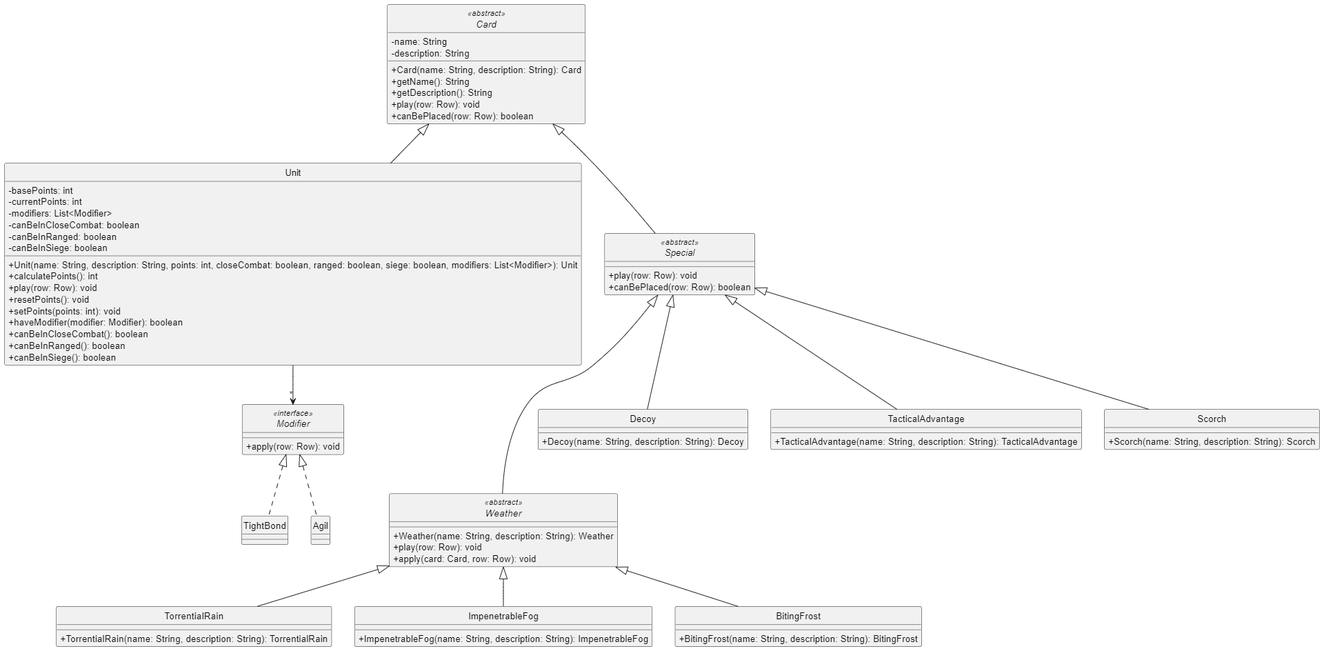
Earlier version of the PlantUML export diagrams/classes/cards.png (Yonhir/algo3_proyecto_base_tp2). Its source is kept beside it as diagrams/classes/cards.plantuml.
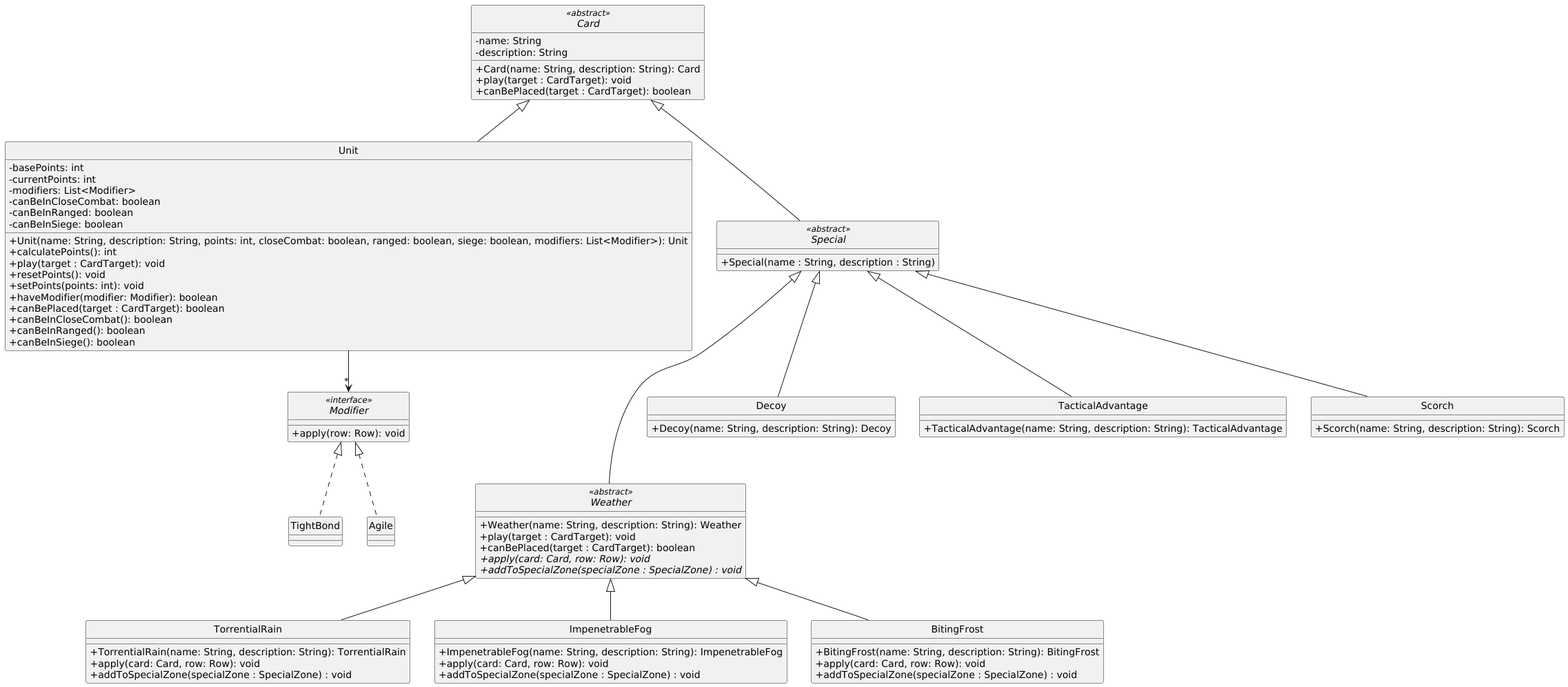
Above is the later version.

Diff of the diagram source:
```diff
@@ -9,10 +9,8 @@
   -name: String
   -description: String
   +Card(name: String, description: String): Card
-  +getName(): String
-  +getDescription(): String
-  +play(row: Row): void
-  +canBePlaced(row: Row): boolean
+  +play(target : CardTarget): void
+  +canBePlaced(target : CardTarget): boolean
 }
 
 class Unit {
@@ -24,36 +22,44 @@
   -canBeInSiege: boolean
   +Unit(name: String, description: String, points: int, closeCombat: boolean, ranged: boolean, siege: boolean, modifiers: List<Modifier>): Unit
   +calculatePoints(): int
-  +play(row: Row): void
+  +play(target : CardTarget): void
   +resetPoints(): void
   +setPoints(points: int): void
   +haveModifier(modifier: Modifier): boolean
+  +canBePlaced(target : CardTarget): boolean
   +canBeInCloseCombat(): boolean
   +canBeInRanged(): boolean
   +canBeInSiege(): boolean
 }
 
 abstract class Special <<abstract>> {
-  +play(row: Row): void
-  +canBePlaced(row: Row): boolean
+  +Special(name : String, description : String)
 }
 
 abstract class Weather <<abstract>> {
   +Weather(name: String, description: String): Weather
-  +play(row: Row): void
-  +apply(card: Card, row: Row): void
+  +play(target : CardTarget): void
+  +canBePlaced(target : CardTarget): boolean
+  +{abstract}apply(card: Card, row: Row): void
+  +{abstract}addToSpecialZone(specialZone : SpecialZone) : void
 }
 
 class TorrentialRain {
   +TorrentialRain(name: String, description: String): TorrentialRain
+  +apply(card: Card, row: Row): void
+  +addToSpecialZone(specialZone : SpecialZone) : void
 }
 
 class ImpenetrableFog {
   +ImpenetrableFog(name: String, description: String): ImpenetrableFog
+  +apply(card: Card, row: Row): void
+  +addToSpecialZone(specialZone : SpecialZone) : void
 }
 
 class BitingFrost {
   +BitingFrost(name: String, description: String): BitingFrost
+  +apply(card: Card, row: Row): void
+  +addToSpecialZone(specialZone : SpecialZone) : void
 }
 
 class Decoy {
@@ -75,7 +81,7 @@
 class TightBond {
 }
 
-class Agil {
+class Agile {
 }
 
 
@@ -85,7 +91,7 @@
 Unit --> "*" Modifier
 
 Modifier <|.. TightBond
-Modifier <|.. Agil
+Modifier <|.. Agile
 
 Special <|-- Decoy
 Special <|-- TacticalAdvantage
```
